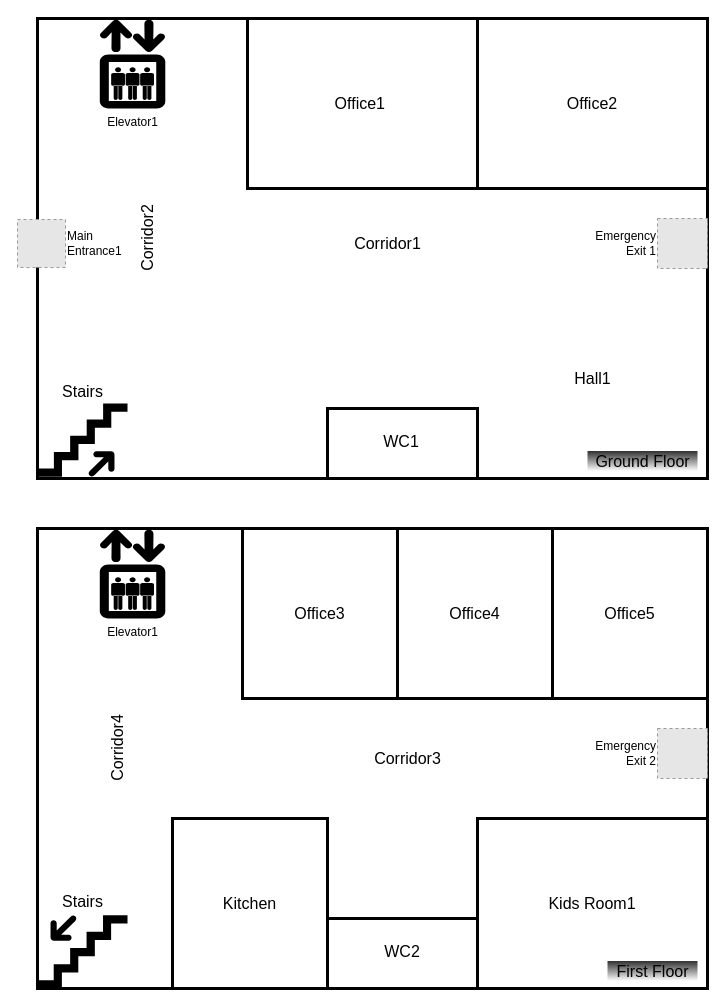
Earlier version of the draw.io diagram Examples/SmallOfficeSpace/resoursefiles/FloorPlanOfficeSpace.svg.drawio (qasimkhalid/SBEO). Source tidied: cells renumbered, new cells numbered last; positions are measured from the earlier drawing's top-left corner, leaving out a move shared by most shapes. Both pictures are drawn from the tidied source at 100%, with x=0, y=0 at pixel (17, 18). Pictures stored in the file or linked from it are replaced by grey dashed boxes.
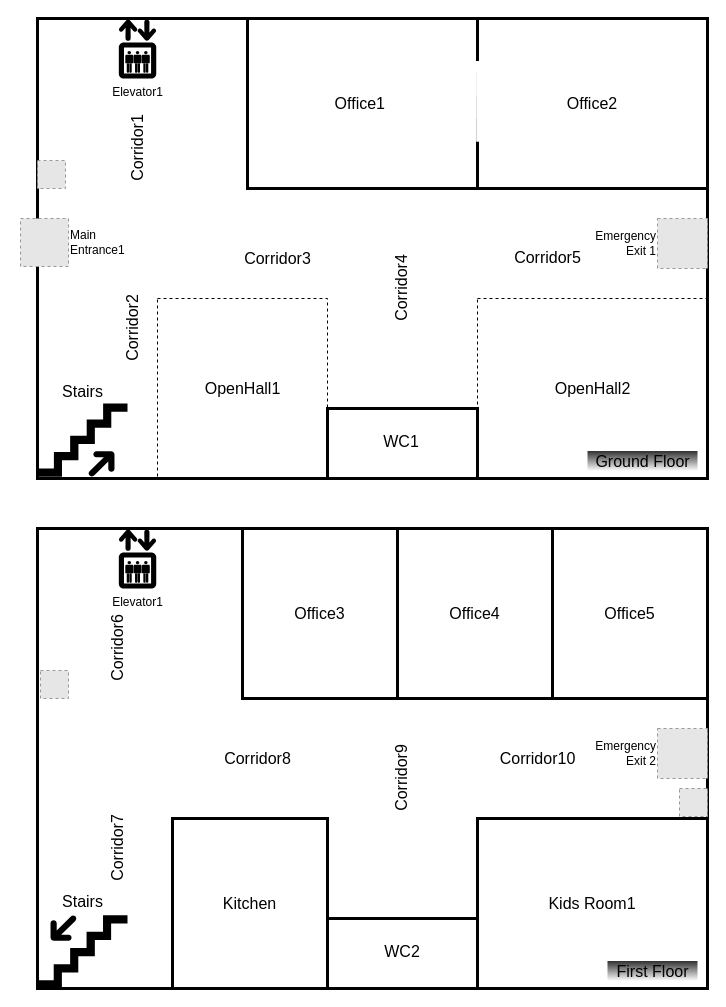
After the change.

The change refers to these unchanged cells:
```xml
<mxCell id="8" value="&lt;span style=&quot;font-size: 16px&quot;&gt;Office2&lt;/span&gt;" style="rounded=0;whiteSpace=wrap;html=1;fillColor=#ffffff;strokeWidth=3;" parent="1" vertex="1">
  <mxGeometry x="460" width="230" height="170" as="geometry" />
</mxCell>
```

The edit, as a diff of the source:
```diff
@@
     <mxCell id="3" value="Main &lt;br&gt;Entrance1" style="fillColor=#E6E6E6;strokeColor=#999999;dashed=1;html=1;verticalAlign=middle;verticalLabelPosition=middle;labelBackgroundColor=#ffffff;labelPosition=right;align=left;" parent="1" vertex="1">
-      <mxGeometry y="201" width="48" height="48" as="geometry" />
+      <mxGeometry x="3" y="200" width="48" height="48" as="geometry" />
     </mxCell>
@@
-    <mxCell id="6" value="Elevator1" style="shape=mxgraph.signs.travel.elevator;html=1;fillColor=#000000;strokeColor=none;verticalLabelPosition=bottom;verticalAlign=top;align=center;gradientColor=none;fontSize=12;" parent="1" vertex="1">
-      <mxGeometry x="80" width="70" height="90" as="geometry" />
-    </mxCell>
@@
     <mxCell id="14" value="Elevator1" style="shape=mxgraph.signs.travel.elevator;html=1;fillColor=#000000;strokeColor=none;verticalLabelPosition=bottom;verticalAlign=top;align=center;gradientColor=none;fontSize=12;" parent="1" vertex="1">
-      <mxGeometry x="80" y="510" width="70" height="90" as="geometry" />
+      <mxGeometry x="100" y="510" width="40" height="60" as="geometry" />
     </mxCell>
@@
-    <mxCell id="24" value="&lt;span style=&quot;font-size: 16px&quot;&gt;Corridor1&lt;/span&gt;" style="text;html=1;align=center;verticalAlign=middle;" parent="1" vertex="1">
-      <mxGeometry x="330" y="215" width="80" height="20" as="geometry" />
+    <mxCell id="24" value="&lt;span style=&quot;font-size: 16px&quot;&gt;Corridor1&lt;/span&gt;" style="text;html=1;align=center;verticalAlign=middle;rotation=-90;" parent="1" vertex="1">
+      <mxGeometry x="80" y="120" width="80" height="20" as="geometry" />
     </mxCell>
     <mxCell id="25" value="Corridor2" style="text;html=1;align=center;verticalAlign=middle;fontSize=16;rotation=-90;" parent="1" vertex="1">
-      <mxGeometry x="90" y="210" width="80" height="20" as="geometry" />
+      <mxGeometry x="75" y="300" width="80" height="20" as="geometry" />
     </mxCell>
-    <mxCell id="26" value="Corridor3" style="text;html=1;align=center;verticalAlign=middle;fontSize=16;" parent="1" vertex="1">
-      <mxGeometry x="350" y="730" width="80" height="20" as="geometry" />
+    <mxCell id="26" value="Corridor6" style="text;html=1;align=center;verticalAlign=middle;fontSize=16;rotation=-90;" parent="1" vertex="1">
+      <mxGeometry x="60" y="620" width="80" height="20" as="geometry" />
     </mxCell>
-    <mxCell id="27" value="Hall1" style="text;html=1;align=center;verticalAlign=middle;fontSize=16;" parent="1" vertex="1">
-      <mxGeometry x="550" y="350" width="50" height="20" as="geometry" />
+    <mxCell id="27" value="OpenHall2" style="text;html=1;align=center;verticalAlign=middle;fontSize=16;" parent="1" vertex="1">
+      <mxGeometry x="530" y="360" width="90" height="20" as="geometry" />
     </mxCell>
-    <mxCell id="28" value="Corridor4" style="text;html=1;align=center;verticalAlign=middle;fontSize=16;rotation=-90;" parent="1" vertex="1">
-      <mxGeometry x="60" y="720" width="80" height="20" as="geometry" />
+    <mxCell id="28" value="Corridor7" style="text;html=1;align=center;verticalAlign=middle;fontSize=16;rotation=-90;" parent="1" vertex="1">
+      <mxGeometry x="60" y="820" width="80" height="20" as="geometry" />
     </mxCell>
+    <mxCell id="29" value="Corridor8" style="text;html=1;align=center;verticalAlign=middle;fontSize=16;rotation=0;" parent="1" vertex="1">
+      <mxGeometry x="200" y="730" width="80" height="20" as="geometry" />
+    </mxCell>
+    <mxCell id="30" value="Corridor9" style="text;html=1;align=center;verticalAlign=middle;fontSize=16;rotation=-90;" parent="1" vertex="1">
+      <mxGeometry x="344" y="750" width="80" height="20" as="geometry" />
+    </mxCell>
+    <mxCell id="31" value="Corridor10" style="text;html=1;align=center;verticalAlign=middle;fontSize=16;rotation=0;" parent="1" vertex="1">
+      <mxGeometry x="475" y="730" width="90" height="20" as="geometry" />
+    </mxCell>
+    <mxCell id="6" value="Elevator1" style="shape=mxgraph.signs.travel.elevator;html=1;fillColor=#000000;strokeColor=none;verticalLabelPosition=bottom;verticalAlign=top;align=center;gradientColor=none;fontSize=12;" parent="1" vertex="1">
+      <mxGeometry x="100" width="40" height="60" as="geometry" />
+    </mxCell>
+    <mxCell id="32" value="Corridor3" style="text;html=1;align=center;verticalAlign=middle;fontSize=16;rotation=0;" parent="1" vertex="1">
+      <mxGeometry x="220" y="230" width="80" height="20" as="geometry" />
+    </mxCell>
+    <mxCell id="33" value="Corridor4" style="text;html=1;align=center;verticalAlign=middle;fontSize=16;rotation=-90;" parent="1" vertex="1">
+      <mxGeometry x="344" y="260" width="80" height="20" as="geometry" />
+    </mxCell>
+    <mxCell id="34" value="Corridor5" style="text;html=1;align=center;verticalAlign=middle;fontSize=16;rotation=0;" parent="1" vertex="1">
+      <mxGeometry x="490" y="229" width="80" height="20" as="geometry" />
+    </mxCell>
+    <mxCell id="35" value="OpenHall1" style="text;html=1;align=center;verticalAlign=middle;fontSize=16;rotation=0;" parent="1" vertex="1">
+      <mxGeometry x="180" y="360" width="90" height="20" as="geometry" />
+    </mxCell>
+    <mxCell id="36" style="whiteSpace=wrap;html=1;dashed=1;fillColor=none;" parent="1" vertex="1">
+      <mxGeometry x="140" y="280" width="170" height="180" as="geometry" />
+    </mxCell>
+    <mxCell id="37" style="whiteSpace=wrap;html=1;dashed=1;fillColor=none;" parent="1" vertex="1">
+      <mxGeometry x="460" y="280" width="230" height="180" as="geometry" />
+    </mxCell>
+    <mxCell id="38" style="endArrow=none;html=1;strokeWidth=3;entryX=0;entryY=0.25;entryDx=0;entryDy=0;exitX=0.001;exitY=0.725;exitDx=0;exitDy=0;exitPerimeter=0;strokeColor=#FFFFFF;" parent="1" edge="1" source="8" target="8">
+      <mxGeometry relative="1" as="geometry" />
+    </mxCell>
+    <mxCell id="39" style="fillColor=#E6E6E6;strokeColor=#999999;dashed=1;html=1;verticalAlign=top;verticalLabelPosition=bottom;labelBackgroundColor=#ffffff;" parent="1" vertex="1">
+      <mxGeometry x="20" y="142" width="28" height="28" as="geometry" />
+    </mxCell>
+    <mxCell id="40" style="fillColor=#E6E6E6;strokeColor=#999999;dashed=1;html=1;verticalAlign=top;verticalLabelPosition=bottom;labelBackgroundColor=#ffffff;" parent="1" vertex="1">
+      <mxGeometry x="23" y="652" width="28" height="28" as="geometry" />
+    </mxCell>
+    <mxCell id="41" style="fillColor=#E6E6E6;strokeColor=#999999;dashed=1;html=1;verticalAlign=top;verticalLabelPosition=bottom;labelBackgroundColor=#ffffff;" parent="1" vertex="1">
+      <mxGeometry x="662" y="770" width="28" height="28" as="geometry" />
+    </mxCell>
```
